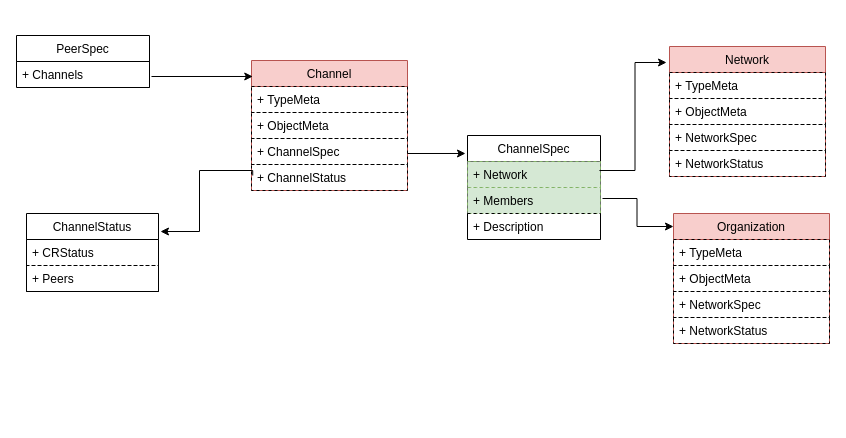
Earlier version of the draw.io diagram page "Page-1" (1 of 2) of dev_design/models-design/channel.drawio (bestchains/product-design). Source tidied: cells renumbered, new cells numbered last; positions are measured from the earlier drawing's top-left corner, leaving out a move shared by most shapes. Both pictures are drawn from the tidied source at 100%, with x=0, y=0 at pixel (16, 35).
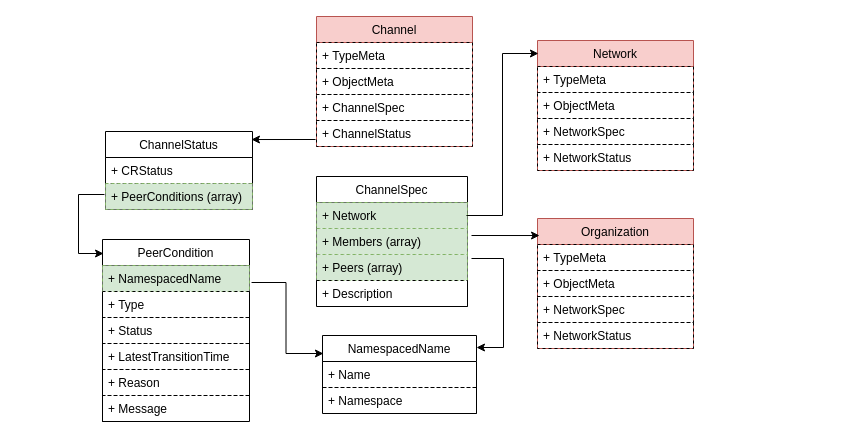
The same diagram, later.

The change refers to these unchanged cells:
```xml
<mxCell id="9" value="+ ChannelSpec" style="text;strokeColor=#000000;fillColor=none;align=left;verticalAlign=top;spacingLeft=4;spacingRight=4;overflow=hidden;points=[[0,0.5],[1,0.5]];portConstraint=eastwest;rounded=0;dashed=1;glass=0;" parent="6" vertex="1">
  <mxGeometry y="78" width="156" height="26" as="geometry" />
</mxCell>
<mxCell id="10" value="+ ChannelStatus" style="text;strokeColor=#000000;fillColor=none;align=left;verticalAlign=top;spacingLeft=4;spacingRight=4;overflow=hidden;points=[[0,0.5],[1,0.5]];portConstraint=eastwest;rounded=0;dashed=1;glass=0;" parent="6" vertex="1">
  <mxGeometry y="104" width="156" height="26" as="geometry" />
</mxCell>
```

What changed in the source:
```diff
@@
     <mxCell id="2" value="ChannelSpec" style="swimlane;fontStyle=0;horizontal=1;startSize=26;fillColor=none;rounded=0;shadow=0;comic=0;" parent="1" vertex="1">
-      <mxGeometry x="451" y="100" width="133" height="104" as="geometry" />
+      <mxGeometry x="300" y="141" width="151" height="130" as="geometry" />
     </mxCell>
     <mxCell id="3" value="+ Network" style="text;strokeColor=#82b366;fillColor=#d5e8d4;align=left;verticalAlign=top;spacingLeft=4;spacingRight=4;overflow=hidden;points=[[0,0.5],[1,0.5]];portConstraint=eastwest;dashed=1;rounded=0;" parent="2" vertex="1">
-      <mxGeometry y="26" width="133" height="26" as="geometry" />
+      <mxGeometry y="26" width="151" height="26" as="geometry" />
     </mxCell>
+    <mxCell id="31" value="+ Members (array)" style="text;strokeColor=#82b366;fillColor=#d5e8d4;align=left;verticalAlign=top;spacingLeft=4;spacingRight=4;overflow=hidden;dashed=1;rounded=0;" parent="2" vertex="1">
+      <mxGeometry y="52" width="151" height="26" as="geometry" />
+    </mxCell>
-    <mxCell id="4" value="+ Members" style="text;strokeColor=#82b366;fillColor=#d5e8d4;align=left;verticalAlign=top;spacingLeft=4;spacingRight=4;overflow=hidden;points=[[0,0.5],[1,0.5]];portConstraint=eastwest;dashed=1;rounded=0;" parent="2" vertex="1">
-      <mxGeometry y="52" width="133" height="26" as="geometry" />
+    <mxCell id="4" value="+ Peers (array)" style="text;strokeColor=#82b366;fillColor=#d5e8d4;align=left;verticalAlign=top;spacingLeft=4;spacingRight=4;overflow=hidden;points=[[0,0.5],[1,0.5]];portConstraint=eastwest;dashed=1;rounded=0;" parent="2" vertex="1">
+      <mxGeometry y="78" width="151" height="26" as="geometry" />
     </mxCell>
     <mxCell id="5" value="+ Description" style="text;strokeColor=#000000;fillColor=none;align=left;verticalAlign=top;spacingLeft=4;spacingRight=4;overflow=hidden;dashed=1;rounded=0;gradientColor=none;" parent="2" vertex="1">
-      <mxGeometry y="78" width="133" height="26" as="geometry" />
+      <mxGeometry y="104" width="151" height="26" as="geometry" />
     </mxCell>
     <mxCell id="6" value="Channel" style="swimlane;fontStyle=0;horizontal=1;startSize=26;fillColor=#f8cecc;rounded=0;shadow=0;comic=0;swimlaneLine=1;glass=0;swimlaneFillColor=none;strokeColor=#b85450;" parent="1" vertex="1">
-      <mxGeometry x="235" y="25" width="156" height="130" as="geometry" />
+      <mxGeometry x="300" y="-19" width="156" height="130" as="geometry" />
     </mxCell>
@@
     <mxCell id="11" value="ChannelStatus" style="swimlane;fontStyle=0;horizontal=1;startSize=26;fillColor=none;rounded=0;shadow=0;comic=0;swimlaneLine=1;glass=0;swimlaneFillColor=none;" parent="1" vertex="1">
-      <mxGeometry x="10" y="178" width="132" height="78" as="geometry" />
+      <mxGeometry x="89" y="96" width="147" height="78" as="geometry" />
     </mxCell>
     <mxCell id="12" value="+ CRStatus" style="text;strokeColor=#000000;fillColor=none;align=left;verticalAlign=top;spacingLeft=4;spacingRight=4;overflow=hidden;dashed=1;rounded=0;glass=0;" parent="11" vertex="1">
-      <mxGeometry y="26" width="132" height="26" as="geometry" />
+      <mxGeometry y="26" width="147" height="26" as="geometry" />
     </mxCell>
-    <mxCell id="13" value="+ Peers" style="text;strokeColor=#000000;fillColor=none;align=left;verticalAlign=top;spacingLeft=4;spacingRight=4;overflow=hidden;points=[[0,0.5],[1,0.5]];portConstraint=eastwest;dashed=1;rounded=0;glass=0;" parent="11" vertex="1">
-      <mxGeometry y="52" width="132" height="26" as="geometry" />
+    <mxCell id="13" value="+ PeerConditions (array)" style="text;strokeColor=#82b366;fillColor=#d5e8d4;align=left;verticalAlign=top;spacingLeft=4;spacingRight=4;overflow=hidden;points=[[0,0.5],[1,0.5]];portConstraint=eastwest;dashed=1;rounded=0;glass=0;" parent="11" vertex="1">
+      <mxGeometry y="52" width="147" height="26" as="geometry" />
     </mxCell>
-    <mxCell id="14" style="endArrow=classic;html=1;rounded=0;exitX=0.008;exitY=0.423;exitDx=0;exitDy=0;exitPerimeter=0;entryX=1.015;entryY=0.231;entryDx=0;entryDy=0;entryPerimeter=0;edgeStyle=orthogonalEdgeStyle;" parent="1" edge="1" source="10" target="11">
-      <mxGeometry relative="1" as="geometry">
-        <Array as="points">
-          <mxPoint x="183" y="135" />
-          <mxPoint x="183" y="196" />
-        </Array>
-      </mxGeometry>
-    </mxCell>
-    <mxCell id="15" style="endArrow=classic;html=1;rounded=0;entryX=-0.015;entryY=0.173;entryDx=0;entryDy=0;entryPerimeter=0;edgeStyle=orthogonalEdgeStyle;exitX=1;exitY=0.577;exitDx=0;exitDy=0;exitPerimeter=0;" parent="1" edge="1" source="9" target="2">
-      <mxGeometry relative="1" as="geometry" />
-    </mxCell>
-    <mxCell id="16" value="PeerSpec" style="swimlane;fontStyle=0;horizontal=1;startSize=26;fillColor=none;rounded=0;shadow=0;comic=0;" parent="1" vertex="1">
-      <mxGeometry width="133" height="52" as="geometry" />
-    </mxCell>
-    <mxCell id="17" value="+ Channels" style="text;strokeColor=#000000;fillColor=none;align=left;verticalAlign=top;spacingLeft=4;spacingRight=4;overflow=hidden;points=[[0,0.5],[1,0.5]];portConstraint=eastwest;dashed=1;rounded=0;gradientColor=none;" parent="16" vertex="1">
-      <mxGeometry y="26" width="133" height="26" as="geometry" />
-    </mxCell>
-    <mxCell id="18" style="endArrow=classic;html=1;rounded=0;exitX=1.015;exitY=0.577;exitDx=0;exitDy=0;exitPerimeter=0;entryX=0.008;entryY=0.123;entryDx=0;entryDy=0;entryPerimeter=0;" parent="1" edge="1" source="17" target="6">
-      <mxGeometry relative="1" as="geometry" />
-    </mxCell>
     <mxCell id="19" value="Network" style="swimlane;fontStyle=0;horizontal=1;startSize=26;fillColor=#f8cecc;rounded=0;shadow=0;comic=0;swimlaneLine=1;glass=0;swimlaneFillColor=none;strokeColor=#b85450;" parent="1" vertex="1">
-      <mxGeometry x="653" y="11" width="156" height="130" as="geometry" />
+      <mxGeometry x="521" y="5" width="156" height="130" as="geometry" />
     </mxCell>
@@
-    <mxCell id="24" style="endArrow=classic;html=1;rounded=0;exitX=0.992;exitY=0.346;exitDx=0;exitDy=0;exitPerimeter=0;entryX=-0.019;entryY=0.123;entryDx=0;entryDy=0;entryPerimeter=0;edgeStyle=orthogonalEdgeStyle;" parent="1" edge="1" source="3" target="19">
-      <mxGeometry relative="1" as="geometry" />
-    </mxCell>
     <mxCell id="25" value="Organization" style="swimlane;fontStyle=0;horizontal=1;startSize=26;fillColor=#f8cecc;rounded=0;shadow=0;comic=0;swimlaneLine=1;glass=0;swimlaneFillColor=none;strokeColor=#b85450;" parent="1" vertex="1">
-      <mxGeometry x="657" y="178" width="156" height="130" as="geometry" />
+      <mxGeometry x="521" y="183" width="156" height="130" as="geometry" />
     </mxCell>
@@
-    <mxCell id="30" style="endArrow=classic;html=1;rounded=0;exitX=1.015;exitY=0.423;exitDx=0;exitDy=0;exitPerimeter=0;entryX=0;entryY=0.1;entryDx=0;entryDy=0;entryPerimeter=0;edgeStyle=orthogonalEdgeStyle;" parent="1" edge="1" source="4" target="25">
-      <mxGeometry relative="1" as="geometry" />
-    </mxCell>
+    <mxCell id="32" value="PeerCondition" style="swimlane;fontStyle=0;horizontal=1;startSize=26;fillColor=none;rounded=0;shadow=0;comic=0;swimlaneLine=1;glass=0;swimlaneFillColor=none;" parent="1" vertex="1">
+      <mxGeometry x="86" y="204" width="147" height="182" as="geometry" />
+    </mxCell>
+    <mxCell id="33" value="+ NamespacedName" style="text;strokeColor=#82b366;fillColor=#d5e8d4;align=left;verticalAlign=top;spacingLeft=4;spacingRight=4;overflow=hidden;points=[[0,0.5],[1,0.5]];portConstraint=eastwest;dashed=1;rounded=0;glass=0;" parent="32" vertex="1">
+      <mxGeometry y="26" width="147" height="26" as="geometry" />
+    </mxCell>
+    <mxCell id="34" value="+ Type" style="text;strokeColor=#000000;fillColor=none;align=left;verticalAlign=top;spacingLeft=4;spacingRight=4;overflow=hidden;dashed=1;rounded=0;glass=0;" parent="32" vertex="1">
+      <mxGeometry y="52" width="147" height="26" as="geometry" />
+    </mxCell>
+    <mxCell id="35" value="+ Status" style="text;strokeColor=#000000;fillColor=none;align=left;verticalAlign=top;spacingLeft=4;spacingRight=4;overflow=hidden;dashed=1;rounded=0;glass=0;" parent="32" vertex="1">
+      <mxGeometry y="78" width="147" height="26" as="geometry" />
+    </mxCell>
+    <mxCell id="36" value="+ LatestTransitionTime" style="text;strokeColor=#000000;fillColor=none;align=left;verticalAlign=top;spacingLeft=4;spacingRight=4;overflow=hidden;dashed=1;rounded=0;glass=0;" parent="32" vertex="1">
+      <mxGeometry y="104" width="147" height="26" as="geometry" />
+    </mxCell>
+    <mxCell id="37" value="+ Reason" style="text;strokeColor=#000000;fillColor=none;align=left;verticalAlign=top;spacingLeft=4;spacingRight=4;overflow=hidden;dashed=1;rounded=0;glass=0;" parent="32" vertex="1">
+      <mxGeometry y="130" width="147" height="26" as="geometry" />
+    </mxCell>
+    <mxCell id="38" value="+ Message" style="text;strokeColor=#000000;fillColor=none;align=left;verticalAlign=top;spacingLeft=4;spacingRight=4;overflow=hidden;dashed=1;rounded=0;glass=0;" parent="32" vertex="1">
+      <mxGeometry y="156" width="147" height="26" as="geometry" />
+    </mxCell>
+    <mxCell id="39" value="NamespacedName" style="swimlane;fontStyle=0;horizontal=1;startSize=26;fillColor=none;rounded=0;shadow=0;comic=0;swimlaneLine=1;glass=0;swimlaneFillColor=none;" parent="1" vertex="1">
+      <mxGeometry x="306" y="300" width="154" height="78" as="geometry" />
+    </mxCell>
+    <mxCell id="40" value="+ Name" style="text;strokeColor=#000000;fillColor=none;align=left;verticalAlign=top;spacingLeft=4;spacingRight=4;overflow=hidden;dashed=1;rounded=0;glass=0;" parent="39" vertex="1">
+      <mxGeometry y="26" width="154" height="26" as="geometry" />
+    </mxCell>
+    <mxCell id="41" value="+ Namespace" style="text;strokeColor=#000000;fillColor=none;align=left;verticalAlign=top;spacingLeft=4;spacingRight=4;overflow=hidden;dashed=1;rounded=0;glass=0;" parent="39" vertex="1">
+      <mxGeometry y="52" width="154" height="26" as="geometry" />
+    </mxCell>
+    <mxCell id="14" style="endArrow=classic;html=1;exitX=-0.006;exitY=0.731;exitDx=0;exitDy=0;exitPerimeter=0;entryX=0.993;entryY=0.103;entryDx=0;entryDy=0;entryPerimeter=0;edgeStyle=orthogonalEdgeStyle;rounded=0;" parent="1" edge="1" source="10" target="11">
+      <mxGeometry relative="1" as="geometry" />
+    </mxCell>
+    <mxCell id="42" style="endArrow=classic;html=1;rounded=0;exitX=-0.007;exitY=0.423;exitDx=0;exitDy=0;exitPerimeter=0;edgeStyle=orthogonalEdgeStyle;entryX=0.007;entryY=0.077;entryDx=0;entryDy=0;entryPerimeter=0;" parent="1" edge="1" source="13" target="32">
+      <mxGeometry relative="1" as="geometry">
+        <Array as="points">
+          <mxPoint x="62" y="159" />
+          <mxPoint x="62" y="218" />
+        </Array>
+      </mxGeometry>
+    </mxCell>
+    <mxCell id="43" style="endArrow=classic;html=1;rounded=0;edgeStyle=orthogonalEdgeStyle;" parent="1" edge="1" target="39">
+      <mxGeometry relative="1" as="geometry">
+        <mxPoint x="455" y="223" as="sourcePoint" />
+        <Array as="points">
+          <mxPoint x="487" y="223" />
+          <mxPoint x="487" y="312" />
+        </Array>
+      </mxGeometry>
+    </mxCell>
+    <mxCell id="44" style="endArrow=classic;html=1;rounded=0;exitX=1.014;exitY=0.654;exitDx=0;exitDy=0;exitPerimeter=0;edgeStyle=orthogonalEdgeStyle;entryX=0.006;entryY=0.231;entryDx=0;entryDy=0;entryPerimeter=0;" parent="1" edge="1" source="33" target="39">
+      <mxGeometry relative="1" as="geometry" />
+    </mxCell>
+    <mxCell id="24" style="endArrow=classic;html=1;rounded=0;exitX=0.993;exitY=0.5;exitDx=0;exitDy=0;exitPerimeter=0;edgeStyle=orthogonalEdgeStyle;entryX=0.006;entryY=0.1;entryDx=0;entryDy=0;entryPerimeter=0;" parent="1" edge="1" source="3" target="19">
+      <mxGeometry relative="1" as="geometry" />
+    </mxCell>
+    <mxCell id="45" style="endArrow=classic;html=1;rounded=0;entryX=0.013;entryY=0.131;entryDx=0;entryDy=0;entryPerimeter=0;" parent="1" edge="1" target="25">
+      <mxGeometry relative="1" as="geometry">
+        <mxPoint x="455" y="200" as="sourcePoint" />
+      </mxGeometry>
+    </mxCell>
```
